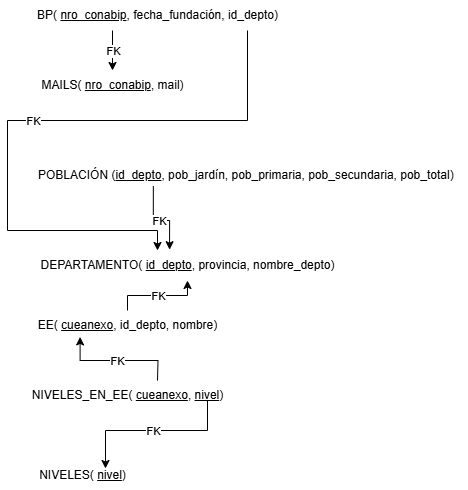
alessialima/TP-LABO-DE-DATOS- keeps this draw.io diagram as MODELO_REL_FINAL.png. Above is the earlier version. Source tidied: cells renumbered, new cells last; positions are measured from the earlier drawing's top-left corner, leaving out a move shared by most shapes.
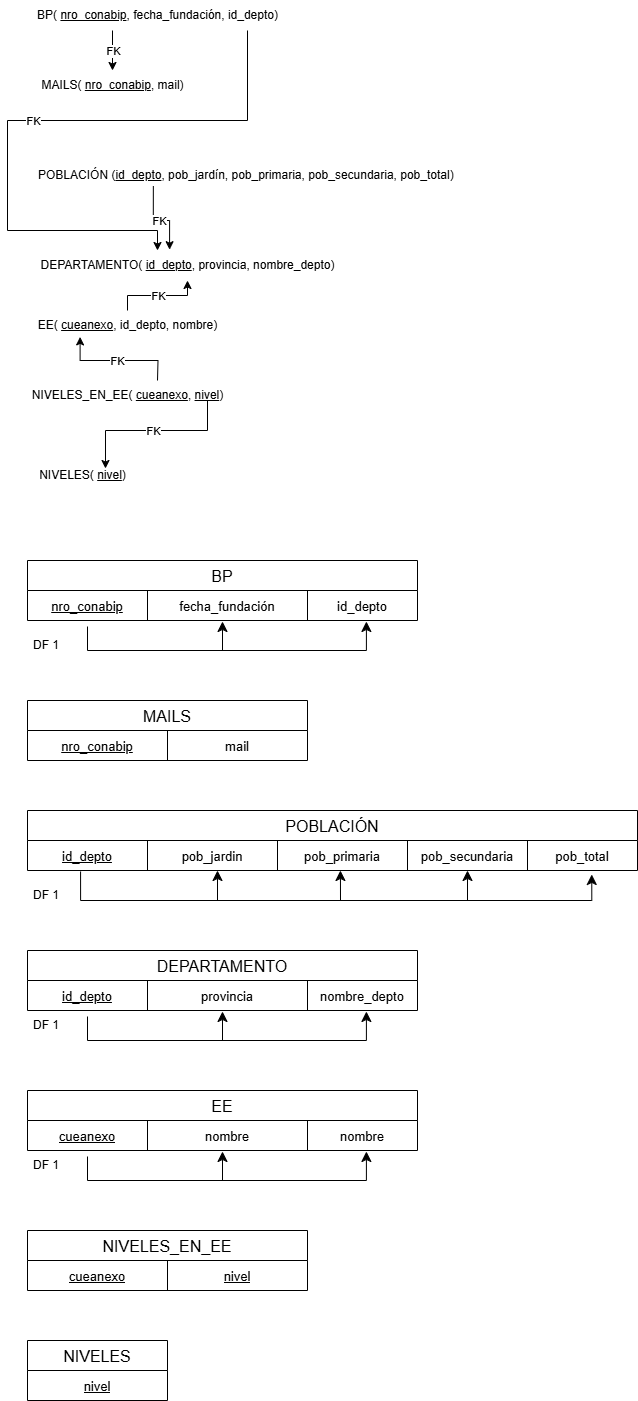
Above is the later version.

Diff of the diagram source:
```diff
@@ -84,5 +84,182 @@
     <mxCell id="20" value="FK" style="edgeLabel;html=1;align=center;verticalAlign=middle;" parent="19" vertex="1">
       <mxGeometry relative="1" as="geometry" />
     </mxCell>
+    <mxCell id="21" value="BP" style="shape=table;startSize=30;fontSize=16;labelBackgroundColor=none;swimlaneLine=1;fillColor=none;strokeColor=light-dark(#000000, #ffffff);fontColor=light-dark(#000000, #ffffff);labelBorderColor=none;textShadow=0;" parent="1" vertex="1">
+      <mxGeometry x="20" y="560" width="390" height="60" as="geometry" />
+    </mxCell>
+    <mxCell id="22" style="shape=tableRow;horizontal=0;startSize=0;swimlaneHead=0;swimlaneBody=0;top=0;left=0;bottom=0;right=0;fillColor=none;points=[[0,0.5],[1,0.5]];portConstraint=eastwest;fontSize=16;labelBackgroundColor=none;swimlaneLine=1;strokeColor=light-dark(#000000, #ffffff);fontColor=light-dark(#000000, #ffffff);labelBorderColor=none;textShadow=0;" parent="21" vertex="1">
+      <mxGeometry y="30" width="390" height="30" as="geometry" />
+    </mxCell>
+    <mxCell id="23" value="&lt;u&gt;&lt;font style=&quot;font-size: 13px;&quot;&gt;nro_conabip&lt;/font&gt;&lt;/u&gt;" style="shape=partialRectangle;html=1;whiteSpace=wrap;overflow=hidden;fillColor=none;top=0;left=0;bottom=0;right=0;fontSize=16;labelBackgroundColor=none;swimlaneLine=1;strokeColor=light-dark(#000000, #ffffff);fontColor=light-dark(#000000, #ffffff);labelBorderColor=none;textShadow=0;" parent="22" vertex="1">
+      <mxGeometry width="120" height="30" as="geometry" />
+    </mxCell>
+    <mxCell id="24" value="&lt;font style=&quot;font-size: 13px;&quot;&gt;fecha_fundación&lt;/font&gt;" style="shape=partialRectangle;html=1;whiteSpace=wrap;overflow=hidden;fillColor=none;top=0;left=0;bottom=0;right=0;fontSize=16;labelBackgroundColor=none;swimlaneLine=1;strokeColor=light-dark(#000000, #ffffff);fontColor=light-dark(#000000, #ffffff);labelBorderColor=none;textShadow=0;" parent="22" vertex="1">
+      <mxGeometry x="120" width="160" height="30" as="geometry" />
+    </mxCell>
+    <mxCell id="25" value="&lt;font style=&quot;font-size: 13px;&quot;&gt;id_depto&lt;/font&gt;" style="shape=partialRectangle;html=1;whiteSpace=wrap;overflow=hidden;fillColor=none;top=0;left=0;bottom=0;right=0;fontSize=16;labelBackgroundColor=none;swimlaneLine=1;strokeColor=light-dark(#000000, #ffffff);fontColor=light-dark(#000000, #ffffff);labelBorderColor=none;textShadow=0;" parent="22" vertex="1">
+      <mxGeometry x="280" width="110" height="30" as="geometry" />
+    </mxCell>
+    <mxCell id="26" value="DF 1" style="text;fillColor=none;align=left;verticalAlign=middle;spacingLeft=4;spacingRight=4;overflow=hidden;points=[[0,0.5],[1,0.5]];portConstraint=eastwest;whiteSpace=wrap;html=1;labelBackgroundColor=none;swimlaneLine=1;strokeColor=none;fontColor=light-dark(#000000, #ffffff);labelBorderColor=none;textShadow=0;" parent="1" vertex="1">
+      <mxGeometry x="20" y="630" width="80" height="30" as="geometry" />
+    </mxCell>
+    <mxCell id="27" style="edgeStyle=segmentEdgeStyle;endArrow=classic;html=1;curved=0;rounded=0;endSize=8;startSize=8;entryX=0.869;entryY=1.033;entryDx=0;entryDy=0;entryPerimeter=0;exitX=0.75;exitY=-0.133;exitDx=0;exitDy=0;exitPerimeter=0;fontColor=light-dark(#000000, #ffffff);labelBackgroundColor=none;swimlaneLine=1;fillColor=none;strokeColor=light-dark(#000000, #ffffff);labelBorderColor=none;textShadow=0;" parent="1" edge="1" source="26" target="22">
+      <mxGeometry relative="1" as="geometry">
+        <Array as="points">
+          <mxPoint x="80" y="650" />
+          <mxPoint x="359" y="650" />
+        </Array>
+      </mxGeometry>
+    </mxCell>
+    <mxCell id="28" style="endArrow=classic;html=1;rounded=0;endSize=8;startSize=8;entryX=0.5;entryY=1.033;entryDx=0;entryDy=0;entryPerimeter=0;fontColor=light-dark(#000000, #ffffff);labelBackgroundColor=none;swimlaneLine=1;fillColor=none;strokeColor=light-dark(#000000, #ffffff);labelBorderColor=none;textShadow=0;" parent="1" edge="1" target="22">
+      <mxGeometry relative="1" as="geometry">
+        <mxPoint x="215" y="650" as="sourcePoint" />
+      </mxGeometry>
+    </mxCell>
+    <mxCell id="29" value="MAILS" style="shape=table;startSize=30;fontSize=16;labelBackgroundColor=none;swimlaneLine=1;fillColor=none;strokeColor=light-dark(#000000, #ffffff);fontColor=light-dark(#000000, #ffffff);labelBorderColor=none;textShadow=0;" parent="1" vertex="1">
+      <mxGeometry x="20" y="700" width="280" height="60" as="geometry" />
+    </mxCell>
+    <mxCell id="30" style="shape=tableRow;horizontal=0;startSize=0;swimlaneHead=0;swimlaneBody=0;top=0;left=0;bottom=0;right=0;fillColor=none;fontSize=16;labelBackgroundColor=none;swimlaneLine=1;strokeColor=light-dark(#000000, #ffffff);fontColor=light-dark(#000000, #ffffff);labelBorderColor=none;textShadow=0;" parent="29" vertex="1">
+      <mxGeometry y="30" width="280" height="30" as="geometry" />
+    </mxCell>
+    <mxCell id="31" value="&lt;u&gt;&lt;font style=&quot;font-size: 13px;&quot;&gt;nro_conabip&lt;/font&gt;&lt;/u&gt;" style="shape=partialRectangle;html=1;whiteSpace=wrap;overflow=hidden;fillColor=none;top=0;left=0;bottom=0;right=0;fontSize=16;labelBackgroundColor=none;swimlaneLine=1;strokeColor=light-dark(#000000, #ffffff);fontColor=light-dark(#000000, #ffffff);labelBorderColor=none;textShadow=0;" parent="30" vertex="1">
+      <mxGeometry width="140" height="30" as="geometry" />
+    </mxCell>
+    <mxCell id="32" value="&lt;font style=&quot;font-size: 13px;&quot;&gt;mail&lt;/font&gt;" style="shape=partialRectangle;html=1;whiteSpace=wrap;overflow=hidden;fillColor=none;top=0;left=0;bottom=0;right=0;fontSize=16;labelBackgroundColor=none;swimlaneLine=1;strokeColor=light-dark(#000000, #ffffff);fontColor=light-dark(#000000, #ffffff);labelBorderColor=none;textShadow=0;" parent="30" vertex="1">
+      <mxGeometry x="140" width="140" height="30" as="geometry" />
+    </mxCell>
+    <mxCell id="33" value="POBLACIÓN" style="shape=table;startSize=30;fontSize=16;labelBackgroundColor=none;swimlaneLine=1;fillColor=none;strokeColor=light-dark(#000000, #ffffff);fontColor=light-dark(#000000, #ffffff);labelBorderColor=none;textShadow=0;" parent="1" vertex="1">
+      <mxGeometry x="20" y="810" width="610" height="60" as="geometry" />
+    </mxCell>
+    <mxCell id="34" style="shape=tableRow;horizontal=0;startSize=0;swimlaneHead=0;swimlaneBody=0;top=0;left=0;bottom=0;right=0;fillColor=none;points=[[0,0.5],[1,0.5]];portConstraint=eastwest;fontSize=16;labelBackgroundColor=none;swimlaneLine=1;strokeColor=light-dark(#000000, #ffffff);fontColor=light-dark(#000000, #ffffff);labelBorderColor=none;textShadow=0;" parent="33" vertex="1">
+      <mxGeometry y="30" width="610" height="30" as="geometry" />
+    </mxCell>
+    <mxCell id="35" value="&lt;u&gt;&lt;font style=&quot;font-size: 13px;&quot;&gt;id_depto&lt;/font&gt;&lt;/u&gt;" style="shape=partialRectangle;html=1;whiteSpace=wrap;overflow=hidden;fillColor=none;top=0;left=0;bottom=0;right=0;fontSize=16;labelBackgroundColor=none;swimlaneLine=1;strokeColor=light-dark(#000000, #ffffff);fontColor=light-dark(#000000, #ffffff);labelBorderColor=none;textShadow=0;" parent="34" vertex="1">
+      <mxGeometry width="120" height="30" as="geometry" />
+    </mxCell>
+    <mxCell id="36" value="&lt;font style=&quot;font-size: 13px;&quot;&gt;pob_jardin&lt;/font&gt;" style="shape=partialRectangle;html=1;whiteSpace=wrap;overflow=hidden;fillColor=none;top=0;left=0;bottom=0;right=0;fontSize=16;labelBackgroundColor=none;swimlaneLine=1;strokeColor=light-dark(#000000, #ffffff);fontColor=light-dark(#000000, #ffffff);labelBorderColor=none;textShadow=0;" parent="34" vertex="1">
+      <mxGeometry x="120" width="130" height="30" as="geometry" />
+    </mxCell>
+    <mxCell id="37" value="&lt;span style=&quot;font-size: 13px;&quot;&gt;pob_primaria&lt;/span&gt;" style="shape=partialRectangle;html=1;whiteSpace=wrap;overflow=hidden;fillColor=none;top=0;left=0;bottom=0;right=0;fontSize=16;labelBackgroundColor=none;swimlaneLine=1;strokeColor=light-dark(#000000, #ffffff);fontColor=light-dark(#000000, #ffffff);labelBorderColor=none;textShadow=0;" parent="34" vertex="1">
+      <mxGeometry x="250" width="130" height="30" as="geometry" />
+    </mxCell>
+    <mxCell id="38" value="&lt;font style=&quot;font-size: 13px;&quot;&gt;pob_secundaria&lt;/font&gt;" style="shape=partialRectangle;html=1;whiteSpace=wrap;overflow=hidden;fillColor=none;top=0;left=0;bottom=0;right=0;fontSize=16;labelBackgroundColor=none;swimlaneLine=1;strokeColor=light-dark(#000000, #ffffff);fontColor=light-dark(#000000, #ffffff);labelBorderColor=none;textShadow=0;" parent="34" vertex="1">
+      <mxGeometry x="380" width="120" height="30" as="geometry" />
+    </mxCell>
+    <mxCell id="39" value="&lt;font style=&quot;font-size: 13px;&quot;&gt;pob_total&lt;/font&gt;" style="shape=partialRectangle;html=1;whiteSpace=wrap;overflow=hidden;fillColor=none;top=0;left=0;bottom=0;right=0;fontSize=16;labelBackgroundColor=none;swimlaneLine=1;strokeColor=light-dark(#000000, #ffffff);fontColor=light-dark(#000000, #ffffff);labelBorderColor=none;textShadow=0;" parent="34" vertex="1">
+      <mxGeometry x="500" width="110" height="30" as="geometry" />
+    </mxCell>
+    <mxCell id="40" style="edgeStyle=segmentEdgeStyle;endArrow=classic;html=1;curved=0;rounded=0;endSize=8;startSize=8;exitX=0.087;exitY=1.033;exitDx=0;exitDy=0;exitPerimeter=0;entryX=0.925;entryY=1.133;entryDx=0;entryDy=0;entryPerimeter=0;fontColor=light-dark(#000000, #ffffff);labelBackgroundColor=none;swimlaneLine=1;fillColor=none;strokeColor=light-dark(#000000, #ffffff);labelBorderColor=none;textShadow=0;" parent="33" edge="1" source="34" target="34">
+      <mxGeometry relative="1" as="geometry">
+        <Array as="points">
+          <mxPoint x="53" y="90" />
+          <mxPoint x="564" y="90" />
+        </Array>
+      </mxGeometry>
+    </mxCell>
+    <mxCell id="41" style="endArrow=classic;html=1;rounded=0;endSize=8;startSize=8;entryX=0.513;entryY=1;entryDx=0;entryDy=0;entryPerimeter=0;fontColor=light-dark(#000000, #ffffff);labelBackgroundColor=none;swimlaneLine=1;fillColor=none;strokeColor=light-dark(#000000, #ffffff);labelBorderColor=none;textShadow=0;" parent="1" edge="1" target="34">
+      <mxGeometry relative="1" as="geometry">
+        <mxPoint x="333" y="900" as="sourcePoint" />
+      </mxGeometry>
+    </mxCell>
+    <mxCell id="42" style="endArrow=classic;html=1;rounded=0;endSize=8;startSize=8;entryX=0.513;entryY=1;entryDx=0;entryDy=0;entryPerimeter=0;fontColor=light-dark(#000000, #ffffff);labelBackgroundColor=none;swimlaneLine=1;fillColor=none;strokeColor=light-dark(#000000, #ffffff);labelBorderColor=none;textShadow=0;" parent="1" edge="1">
+      <mxGeometry relative="1" as="geometry">
+        <mxPoint x="210" y="900" as="sourcePoint" />
+        <mxPoint x="210" y="870" as="targetPoint" />
+      </mxGeometry>
+    </mxCell>
+    <mxCell id="43" style="endArrow=classic;html=1;rounded=0;endSize=8;startSize=8;entryX=0.513;entryY=1;entryDx=0;entryDy=0;entryPerimeter=0;fontColor=light-dark(#000000, #ffffff);labelBackgroundColor=none;swimlaneLine=1;fillColor=none;strokeColor=light-dark(#000000, #ffffff);labelBorderColor=none;textShadow=0;" parent="1" edge="1">
+      <mxGeometry relative="1" as="geometry">
+        <mxPoint x="460" y="900" as="sourcePoint" />
+        <mxPoint x="460" y="870" as="targetPoint" />
+      </mxGeometry>
+    </mxCell>
+    <mxCell id="44" value="DF 1" style="text;fillColor=none;align=left;verticalAlign=middle;spacingLeft=4;spacingRight=4;overflow=hidden;whiteSpace=wrap;html=1;labelBackgroundColor=none;swimlaneLine=1;strokeColor=none;fontColor=light-dark(#000000, #ffffff);labelBorderColor=none;textShadow=0;" parent="1" vertex="1">
+      <mxGeometry x="20" y="880" width="80" height="30" as="geometry" />
+    </mxCell>
+    <mxCell id="45" value="DEPARTAMENTO" style="shape=table;startSize=30;fontSize=16;labelBackgroundColor=none;swimlaneLine=1;fillColor=none;strokeColor=light-dark(#000000, #ffffff);fontColor=light-dark(#000000, #ffffff);labelBorderColor=none;textShadow=0;" parent="1" vertex="1">
+      <mxGeometry x="20" y="950" width="390" height="60" as="geometry" />
+    </mxCell>
+    <mxCell id="46" style="shape=tableRow;horizontal=0;startSize=0;swimlaneHead=0;swimlaneBody=0;top=0;left=0;bottom=0;right=0;fillColor=none;points=[[0,0.5],[1,0.5]];portConstraint=eastwest;fontSize=16;labelBackgroundColor=none;swimlaneLine=1;strokeColor=light-dark(#000000, #ffffff);fontColor=light-dark(#000000, #ffffff);labelBorderColor=none;textShadow=0;" parent="45" vertex="1">
+      <mxGeometry y="30" width="390" height="30" as="geometry" />
+    </mxCell>
+    <mxCell id="47" value="&lt;u&gt;&lt;font style=&quot;font-size: 13px;&quot;&gt;id_depto&lt;/font&gt;&lt;/u&gt;" style="shape=partialRectangle;html=1;whiteSpace=wrap;overflow=hidden;fillColor=none;top=0;left=0;bottom=0;right=0;fontSize=16;labelBackgroundColor=none;swimlaneLine=1;strokeColor=light-dark(#000000, #ffffff);fontColor=light-dark(#000000, #ffffff);labelBorderColor=none;textShadow=0;" parent="46" vertex="1">
+      <mxGeometry width="120" height="30" as="geometry" />
+    </mxCell>
+    <mxCell id="48" value="&lt;font style=&quot;font-size: 13px;&quot;&gt;provincia&lt;/font&gt;" style="shape=partialRectangle;html=1;whiteSpace=wrap;overflow=hidden;fillColor=none;top=0;left=0;bottom=0;right=0;fontSize=16;labelBackgroundColor=none;swimlaneLine=1;strokeColor=light-dark(#000000, #ffffff);fontColor=light-dark(#000000, #ffffff);labelBorderColor=none;textShadow=0;" parent="46" vertex="1">
+      <mxGeometry x="120" width="160" height="30" as="geometry" />
+    </mxCell>
+    <mxCell id="49" value="&lt;font style=&quot;font-size: 13px;&quot;&gt;nombre_depto&lt;/font&gt;" style="shape=partialRectangle;html=1;whiteSpace=wrap;overflow=hidden;fillColor=none;top=0;left=0;bottom=0;right=0;fontSize=16;labelBackgroundColor=none;swimlaneLine=1;strokeColor=light-dark(#000000, #ffffff);fontColor=light-dark(#000000, #ffffff);labelBorderColor=none;textShadow=0;" parent="46" vertex="1">
+      <mxGeometry x="280" width="110" height="30" as="geometry" />
+    </mxCell>
+    <mxCell id="50" style="edgeStyle=segmentEdgeStyle;endArrow=classic;html=1;curved=0;rounded=0;endSize=8;startSize=8;entryX=0.869;entryY=1.033;entryDx=0;entryDy=0;entryPerimeter=0;exitX=0.75;exitY=-0.133;exitDx=0;exitDy=0;exitPerimeter=0;fontColor=light-dark(#000000, #ffffff);labelBackgroundColor=none;swimlaneLine=1;fillColor=none;strokeColor=light-dark(#000000, #ffffff);labelBorderColor=none;textShadow=0;" parent="1" edge="1" target="46">
+      <mxGeometry relative="1" as="geometry">
+        <mxPoint x="80" y="1016" as="sourcePoint" />
+        <Array as="points">
+          <mxPoint x="80" y="1040" />
+          <mxPoint x="359" y="1040" />
+        </Array>
+      </mxGeometry>
+    </mxCell>
+    <mxCell id="51" style="endArrow=classic;html=1;rounded=0;endSize=8;startSize=8;entryX=0.5;entryY=1.033;entryDx=0;entryDy=0;entryPerimeter=0;fontColor=light-dark(#000000, #ffffff);labelBackgroundColor=none;swimlaneLine=1;fillColor=none;strokeColor=light-dark(#000000, #ffffff);labelBorderColor=none;textShadow=0;" parent="1" edge="1" target="46">
+      <mxGeometry relative="1" as="geometry">
+        <mxPoint x="215" y="1040" as="sourcePoint" />
+      </mxGeometry>
+    </mxCell>
+    <mxCell id="52" value="DF 1" style="text;fillColor=none;align=left;verticalAlign=middle;spacingLeft=4;spacingRight=4;overflow=hidden;whiteSpace=wrap;html=1;labelBackgroundColor=none;swimlaneLine=1;strokeColor=none;fontColor=light-dark(#000000, #ffffff);labelBorderColor=none;textShadow=0;" parent="1" vertex="1">
+      <mxGeometry x="20" y="1010" width="80" height="30" as="geometry" />
+    </mxCell>
+    <mxCell id="53" value="EE" style="shape=table;startSize=30;fontSize=16;labelBackgroundColor=none;swimlaneLine=1;fillColor=none;strokeColor=light-dark(#000000, #ffffff);fontColor=light-dark(#000000, #ffffff);labelBorderColor=none;textShadow=0;" parent="1" vertex="1">
+      <mxGeometry x="20" y="1090" width="390" height="60" as="geometry" />
+    </mxCell>
+    <mxCell id="54" style="shape=tableRow;horizontal=0;startSize=0;swimlaneHead=0;swimlaneBody=0;top=0;left=0;bottom=0;right=0;fillColor=none;points=[[0,0.5],[1,0.5]];portConstraint=eastwest;fontSize=16;labelBackgroundColor=none;swimlaneLine=1;strokeColor=light-dark(#000000, #ffffff);fontColor=light-dark(#000000, #ffffff);labelBorderColor=none;textShadow=0;" parent="53" vertex="1">
+      <mxGeometry y="30" width="390" height="30" as="geometry" />
+    </mxCell>
+    <mxCell id="55" value="&lt;u&gt;&lt;font style=&quot;font-size: 13px;&quot;&gt;cueanexo&lt;/font&gt;&lt;/u&gt;" style="shape=partialRectangle;html=1;whiteSpace=wrap;overflow=hidden;fillColor=none;top=0;left=0;bottom=0;right=0;fontSize=16;labelBackgroundColor=none;swimlaneLine=1;strokeColor=light-dark(#000000, #ffffff);fontColor=light-dark(#000000, #ffffff);labelBorderColor=none;textShadow=0;" parent="54" vertex="1">
+      <mxGeometry width="120" height="30" as="geometry" />
+    </mxCell>
+    <mxCell id="56" value="&lt;font style=&quot;font-size: 13px;&quot;&gt;nombre&lt;/font&gt;" style="shape=partialRectangle;html=1;whiteSpace=wrap;overflow=hidden;fillColor=none;top=0;left=0;bottom=0;right=0;fontSize=16;labelBackgroundColor=none;swimlaneLine=1;strokeColor=light-dark(#000000, #ffffff);fontColor=light-dark(#000000, #ffffff);labelBorderColor=none;textShadow=0;" parent="54" vertex="1">
+      <mxGeometry x="120" width="160" height="30" as="geometry" />
+    </mxCell>
+    <mxCell id="57" value="&lt;font style=&quot;font-size: 13px;&quot;&gt;nombre&lt;/font&gt;" style="shape=partialRectangle;html=1;whiteSpace=wrap;overflow=hidden;fillColor=none;top=0;left=0;bottom=0;right=0;fontSize=16;labelBackgroundColor=none;swimlaneLine=1;strokeColor=light-dark(#000000, #ffffff);fontColor=light-dark(#000000, #ffffff);labelBorderColor=none;textShadow=0;" parent="54" vertex="1">
+      <mxGeometry x="280" width="110" height="30" as="geometry" />
+    </mxCell>
+    <mxCell id="58" style="edgeStyle=segmentEdgeStyle;endArrow=classic;html=1;curved=0;rounded=0;endSize=8;startSize=8;entryX=0.869;entryY=1.033;entryDx=0;entryDy=0;entryPerimeter=0;exitX=0.75;exitY=-0.133;exitDx=0;exitDy=0;exitPerimeter=0;fontColor=light-dark(#000000, #ffffff);labelBackgroundColor=none;swimlaneLine=1;fillColor=none;strokeColor=light-dark(#000000, #ffffff);labelBorderColor=none;textShadow=0;" parent="1" edge="1" target="54">
+      <mxGeometry relative="1" as="geometry">
+        <mxPoint x="80" y="1156" as="sourcePoint" />
+        <Array as="points">
+          <mxPoint x="80" y="1180" />
+          <mxPoint x="359" y="1180" />
+        </Array>
+      </mxGeometry>
+    </mxCell>
+    <mxCell id="59" style="endArrow=classic;html=1;rounded=0;endSize=8;startSize=8;entryX=0.5;entryY=1.033;entryDx=0;entryDy=0;entryPerimeter=0;fontColor=light-dark(#000000, #ffffff);labelBackgroundColor=none;swimlaneLine=1;fillColor=none;strokeColor=light-dark(#000000, #ffffff);labelBorderColor=none;textShadow=0;" parent="1" edge="1" target="54">
+      <mxGeometry relative="1" as="geometry">
+        <mxPoint x="215" y="1180" as="sourcePoint" />
+      </mxGeometry>
+    </mxCell>
+    <mxCell id="60" value="DF 1" style="text;fillColor=none;align=left;verticalAlign=middle;spacingLeft=4;spacingRight=4;overflow=hidden;whiteSpace=wrap;html=1;labelBackgroundColor=none;swimlaneLine=1;strokeColor=none;fontColor=light-dark(#000000, #ffffff);labelBorderColor=none;textShadow=0;" parent="1" vertex="1">
+      <mxGeometry x="20" y="1150" width="80" height="30" as="geometry" />
+    </mxCell>
+    <mxCell id="61" value="NIVELES_EN_EE" style="shape=table;startSize=30;fontSize=16;labelBackgroundColor=none;swimlaneLine=1;fillColor=none;strokeColor=light-dark(#000000, #ffffff);fontColor=light-dark(#000000, #ffffff);labelBorderColor=none;textShadow=0;" parent="1" vertex="1">
+      <mxGeometry x="20" y="1230" width="280" height="60" as="geometry" />
+    </mxCell>
+    <mxCell id="62" style="shape=tableRow;horizontal=0;startSize=0;swimlaneHead=0;swimlaneBody=0;top=0;left=0;bottom=0;right=0;fillColor=none;fontSize=16;labelBackgroundColor=none;swimlaneLine=1;strokeColor=light-dark(#000000, #ffffff);fontColor=light-dark(#000000, #ffffff);labelBorderColor=none;textShadow=0;" parent="61" vertex="1">
+      <mxGeometry y="30" width="280" height="30" as="geometry" />
+    </mxCell>
+    <mxCell id="63" value="&lt;u&gt;&lt;font style=&quot;font-size: 13px;&quot;&gt;cueanexo&lt;/font&gt;&lt;/u&gt;" style="shape=partialRectangle;html=1;whiteSpace=wrap;overflow=hidden;fillColor=none;top=0;left=0;bottom=0;right=0;fontSize=16;labelBackgroundColor=none;swimlaneLine=1;strokeColor=light-dark(#000000, #ffffff);fontColor=light-dark(#000000, #ffffff);labelBorderColor=none;textShadow=0;" parent="62" vertex="1">
+      <mxGeometry width="140" height="30" as="geometry" />
+    </mxCell>
+    <mxCell id="64" value="&lt;span style=&quot;font-size: 13px;&quot;&gt;&lt;u&gt;nivel&lt;/u&gt;&lt;/span&gt;" style="shape=partialRectangle;html=1;whiteSpace=wrap;overflow=hidden;fillColor=none;top=0;left=0;bottom=0;right=0;fontSize=16;labelBackgroundColor=none;swimlaneLine=1;strokeColor=light-dark(#000000, #ffffff);fontColor=light-dark(#000000, #ffffff);labelBorderColor=none;textShadow=0;" parent="62" vertex="1">
+      <mxGeometry x="140" width="140" height="30" as="geometry" />
+    </mxCell>
+    <mxCell id="65" value="NIVELES" style="shape=table;startSize=30;fontSize=16;labelBackgroundColor=none;swimlaneLine=1;fillColor=none;strokeColor=light-dark(#000000, #ffffff);fontColor=light-dark(#000000, #ffffff);labelBorderColor=none;textShadow=0;" parent="1" vertex="1">
+      <mxGeometry x="20" y="1340" width="140" height="60" as="geometry" />
+    </mxCell>
+    <mxCell id="66" style="shape=tableRow;horizontal=0;startSize=0;swimlaneHead=0;swimlaneBody=0;top=0;left=0;bottom=0;right=0;fillColor=none;fontSize=16;labelBackgroundColor=none;swimlaneLine=1;strokeColor=light-dark(#000000, #ffffff);fontColor=light-dark(#000000, #ffffff);labelBorderColor=none;textShadow=0;" parent="65" vertex="1">
+      <mxGeometry y="30" width="140" height="30" as="geometry" />
+    </mxCell>
+    <mxCell id="67" value="&lt;u&gt;&lt;font style=&quot;font-size: 13px;&quot;&gt;nivel&lt;/font&gt;&lt;/u&gt;" style="shape=partialRectangle;html=1;whiteSpace=wrap;overflow=hidden;fillColor=none;top=0;left=0;bottom=0;right=0;fontSize=16;labelBackgroundColor=none;swimlaneLine=1;strokeColor=light-dark(#000000, #ffffff);fontColor=light-dark(#000000, #ffffff);labelBorderColor=none;textShadow=0;" parent="66" vertex="1">
+      <mxGeometry width="140" height="30" as="geometry" />
+    </mxCell>
   </root>
 </mxGraphModel>
```
